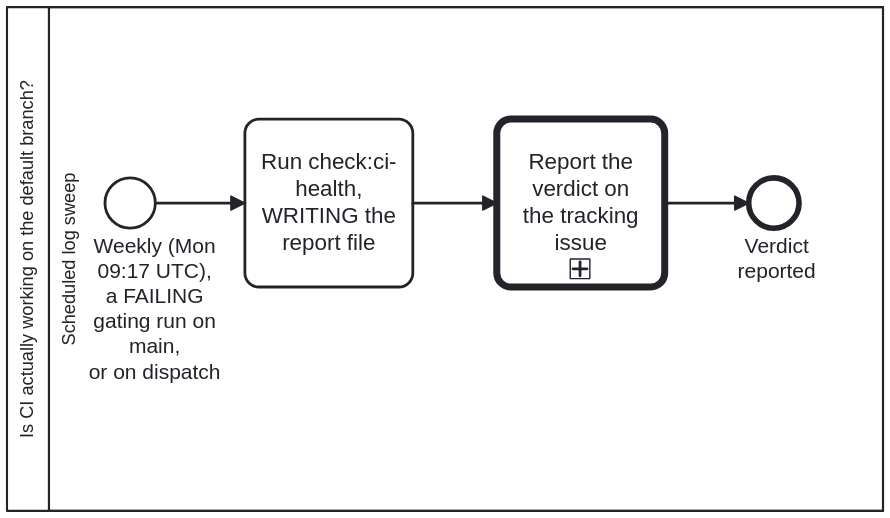
Earlier version of the BPMN export docs/assets/img/workflows/ci-health-watch.svg (litlfred/cat-harness). Its source is kept beside it as processes/sdlc/ci-health-watch.bpmn. Ids are renumbered.
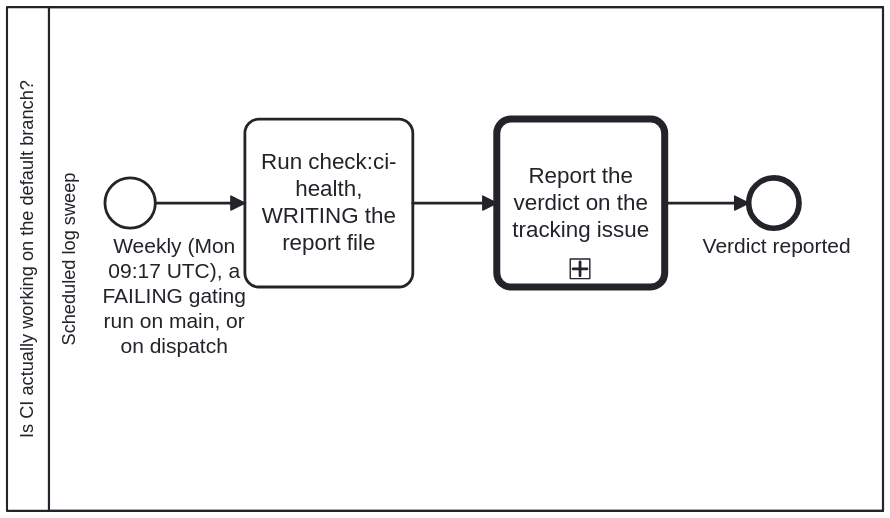
The same file after the commit.

Commit message:
Let the renderer wrap G2 names; fit the tracked-watch pool

The edit, as a diff of the source:
```diff
@@ -37,11 +37,11 @@
         <bpmn:flowNodeRef>End_Reported</bpmn:flowNodeRef>
       </bpmn:lane>
     </bpmn:laneSet>
-    <bpmn:startEvent id="Start_Sweep" name="Weekly (Mon 09:17 UTC),&#10;a FAILING gating run on main,&#10;or on dispatch">
+    <bpmn:startEvent id="Start_Sweep" name="Weekly (Mon 09:17 UTC), a FAILING gating run on main, or on dispatch">
       <bpmn:documentation>Three ways in, and the first two answer different questions. The weekly cron bounds a QUIET stretch, with nobody working — ynu8's original case. A workflow_run on a failing gating run bounds an ACTIVE one, where main moves every 7.7 min (186 merges in 24h, measured 2026-09-30) and the cost is the time to NOTICE rather than the time to detect; main already gate-checks every push, so all nine of 391j's incidents were detected automatically. Bean kgho. On workflow_run the job is conditioned on the triggering run having FAILED, so a green main starts no sweep at all: the cost scales with the defect, not with the merge cadence. Not a push trigger — a push-triggered run starts alongside the workflows it reports on and would read them as in_progress, which check:ci-health rightly calls neither red nor green, giving a job that runs 186 times a day to report could-not-determine.</bpmn:documentation>
       <bpmn:outgoing>Flow_0</bpmn:outgoing>
     </bpmn:startEvent>
-    <bpmn:task id="Task_Check" name="Run check:ci-health,&#10;WRITING the report file">
+    <bpmn:task id="Task_Check" name="Run check:ci-health, WRITING the report file">
       <bpmn:documentation>Run check:ci-health --out, writing the report file before any exit path. Exit 0 clean, 1 live failures, 2 could not check. bun also exits 1 on an uncaught exception, so an exit 1 with no report file is a crash and is treated as could-not-check.
 
 Where its verdict comes from: Asked of the `verdict` output that the `check` step of .github/workflows/ci-health.yml writes, not of the raw exit code. `check:ci-health` exits 0 clean, 1 live failure(s), 2 could not check; an exit 1 with no report file is a crash and is reclassified as could-not-check, as is any other code. `no` is verdict == 'unknown': the last step runs `exit 1` and no issue step runs, so the tracking issue is left untouched. `yes` is verdict != 'unknown', the guard on the label step and so on both issue paths.</bpmn:documentation>
@@ -51,7 +51,7 @@
       <bpmn:incoming>Flow_0</bpmn:incoming>
       <bpmn:outgoing>Flow_1</bpmn:outgoing>
     </bpmn:task>
-    <bpmn:callActivity id="Call_Watch" name="Report the verdict on&#10;the tracking issue" calledElement="Process_TrackedWatch">
+    <bpmn:callActivity id="Call_Watch" name="Report the verdict on the tracking issue" calledElement="Process_TrackedWatch">
       <bpmn:documentation>Runs the shared tracking watch with the label `ci-health`. Asked of the same `verdict`, once it is known. `clean` is verdict == 'clean' (exit 0): the open `ci-health` issue, if there is one, is closed saying main is clean. `not clean` is verdict == 'red' (exit 1 with a report): the one open issue labelled `ci-health` is edited in place with the report as its body, or created if there is none. Neither branch fails the job — a red main speaks through the issue, not through this workflow's status. Clean here means main is clean.</bpmn:documentation>
       <bpmn:incoming>Flow_1</bpmn:incoming>
       <bpmn:outgoing>Flow_2</bpmn:outgoing>
@@ -86,7 +86,7 @@
       </bpmndi:BPMNShape>
       <bpmndi:BPMNShape id="Shape_Start_Sweep" bpmnElement="Start_Sweep">
         <dc:Bounds x="130" y="182" width="36" height="36"/>
-        <bpmndi:BPMNLabel><dc:Bounds x="110" y="222" width="110" height="60"/></bpmndi:BPMNLabel>
+        <bpmndi:BPMNLabel><dc:Bounds x="124" y="222" width="110" height="110"/></bpmndi:BPMNLabel>
       </bpmndi:BPMNShape>
       <bpmndi:BPMNShape id="Shape_Task_Check" bpmnElement="Task_Check">
         <dc:Bounds x="230" y="140" width="120" height="120"/>
@@ -96,7 +96,7 @@
       </bpmndi:BPMNShape>
       <bpmndi:BPMNShape id="Shape_End_Reported" bpmnElement="End_Reported">
         <dc:Bounds x="590" y="182" width="36" height="36"/>
-        <bpmndi:BPMNLabel><dc:Bounds x="570" y="222" width="80" height="40"/></bpmndi:BPMNLabel>
+        <bpmndi:BPMNLabel><dc:Bounds x="550" y="222" width="120" height="40"/></bpmndi:BPMNLabel>
       </bpmndi:BPMNShape>
       <bpmndi:BPMNEdge id="Edge_Flow_0" bpmnElement="Flow_0">
         <di:waypoint x="166" y="200"/>
```
